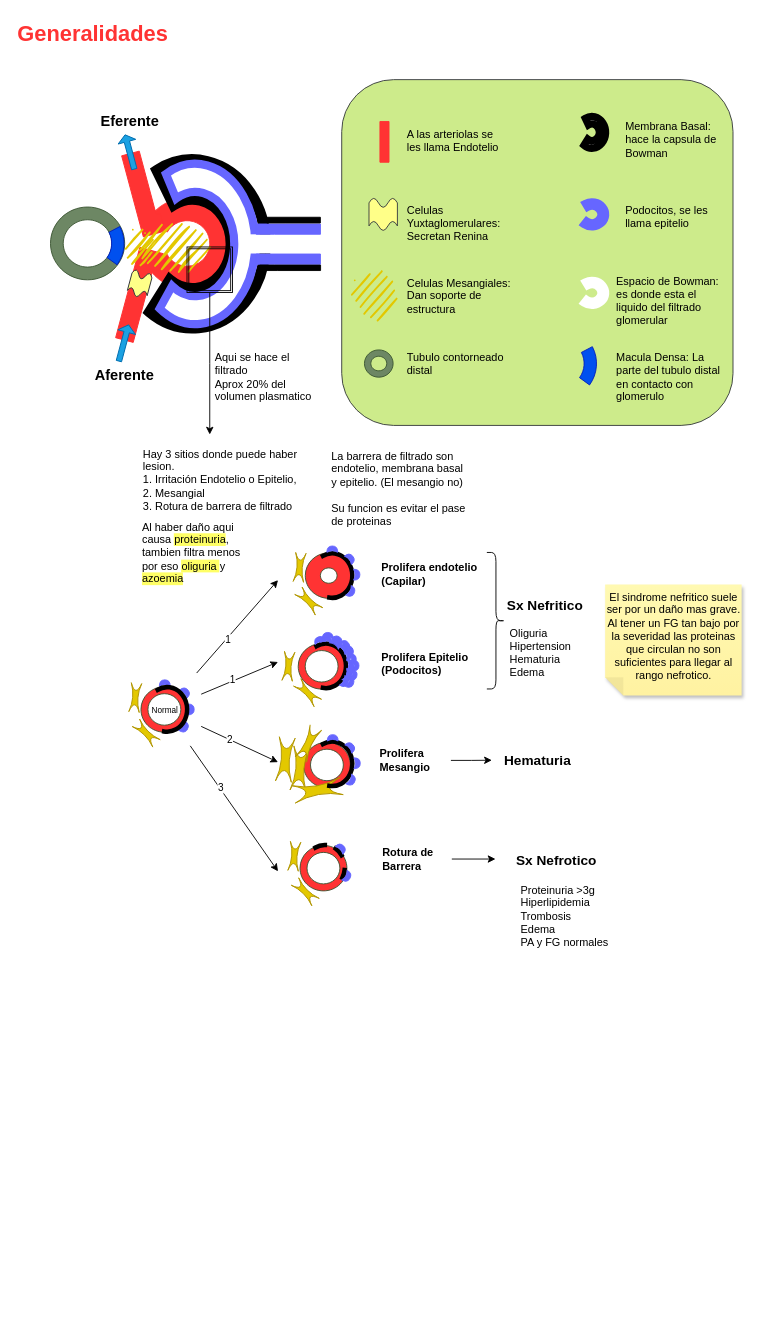
Before: Nefro.drawio in Santicabal/Apuntes, a draw.io diagram. Source tidied: cells renumbered, new cells numbered last; positions are measured from the earlier drawing's top-left corner, leaving out a move shared by most shapes. Both pictures are drawn from the tidied source at 91%, with x=0, y=0 at pixel (15, 15).
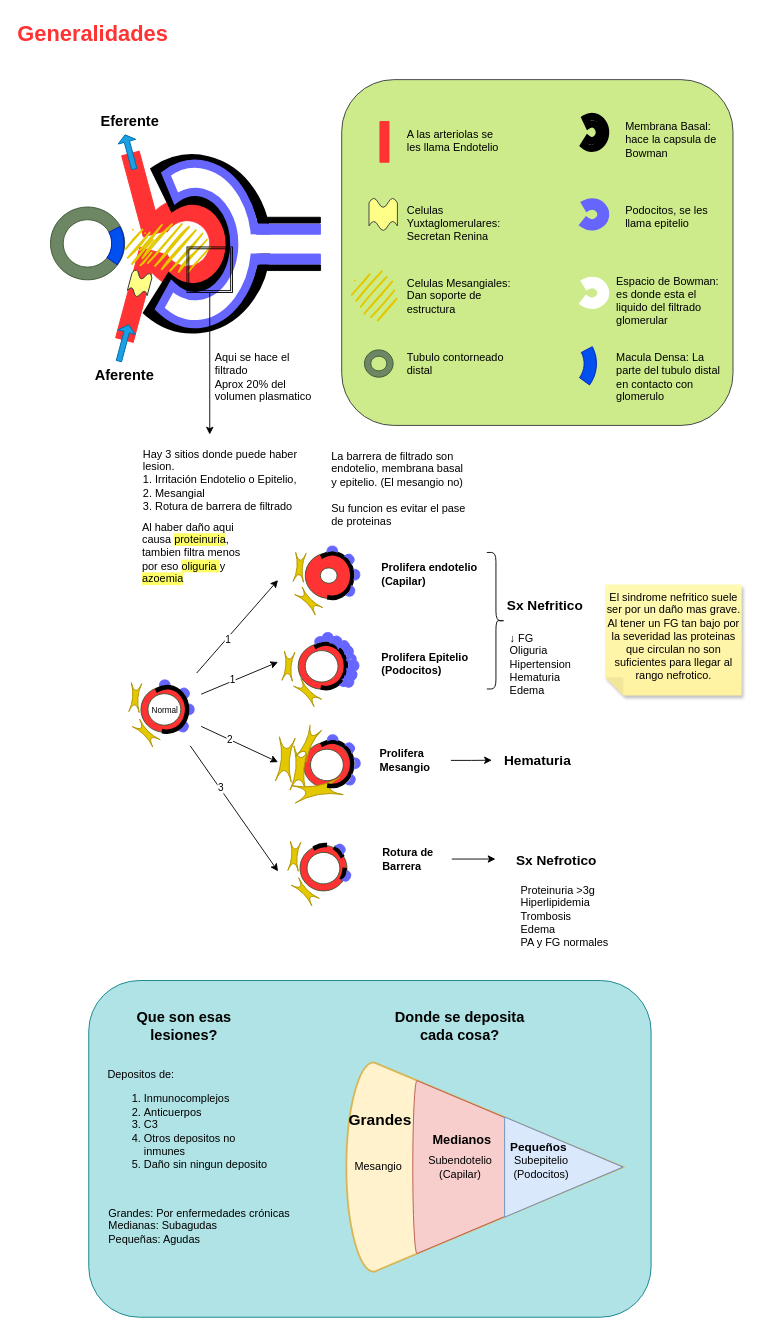
Above is the later version.

Change to the diagram source:
```diff
@@
+    <mxCell id="123" style="rounded=1;whiteSpace=wrap;html=1;fillColor=#b0e3e6;strokeColor=#0e8088;" parent="1" vertex="1">
+      <mxGeometry x="80" y="1060" width="618" height="370" as="geometry" />
+    </mxCell>
@@
-    <mxCell id="42" value="Oliguria&lt;br&gt;Hipertension&lt;br&gt;Hematuria&lt;br&gt;Edema" style="rounded=1;whiteSpace=wrap;html=1;align=left;strokeColor=none;" parent="1" vertex="1">
+    <mxCell id="42" value="&lt;div&gt;↓ FG&lt;br&gt;&lt;/div&gt;&lt;div&gt;Oliguria&lt;/div&gt;Hipertension&lt;br&gt;Hematuria&lt;br&gt;Edema" style="rounded=1;whiteSpace=wrap;html=1;align=left;strokeColor=none;verticalAlign=top;" parent="1" vertex="1">
       <mxGeometry x="540.5" y="669.7" width="90" height="60" as="geometry" />
     </mxCell>
@@
+    <mxCell id="124" value="Que son esas lesiones?" style="rounded=1;whiteSpace=wrap;html=1;strokeColor=none;fillColor=none;fontSize=16;fontStyle=1;" parent="1" vertex="1">
+      <mxGeometry x="124.5" y="1080" width="120" height="60" as="geometry" />
+    </mxCell>
+    <mxCell id="125" value="&lt;div&gt;Depositos de:&lt;br&gt;&lt;/div&gt;&lt;ol&gt;&lt;li&gt;Inmunocomplejos&lt;/li&gt;&lt;li&gt;Anticuerpos&lt;/li&gt;&lt;li&gt;C3&lt;/li&gt;&lt;li&gt;Otros depositos no inmunes&lt;/li&gt;&lt;li&gt;Daño sin ningun deposito&lt;br&gt;&lt;/li&gt;&lt;/ol&gt;" style="rounded=1;whiteSpace=wrap;html=1;verticalAlign=top;align=left;strokeColor=none;fillColor=none;" parent="1" vertex="1">
+      <mxGeometry x="99" y="1150" width="188.1" height="130" as="geometry" />
+    </mxCell>
+    <mxCell id="126" value="Donde se deposita cada cosa?" style="rounded=1;whiteSpace=wrap;html=1;fillColor=none;strokeColor=none;fontSize=16;fontStyle=1;" parent="1" vertex="1">
+      <mxGeometry x="409.1" y="1080" width="158" height="60" as="geometry" />
+    </mxCell>
+    <mxCell id="127" style="verticalLabelPosition=bottom;verticalAlign=top;html=1;shape=mxgraph.basic.cone2;dx=0.5;dy=0.9;direction=south;fillColor=#fff2cc;strokeColor=#d6b656;strokeWidth=2;" parent="1" vertex="1">
+      <mxGeometry x="363.1" y="1150" width="304" height="230" as="geometry" />
+    </mxCell>
+    <mxCell id="128" style="verticalLabelPosition=bottom;verticalAlign=top;html=1;shape=mxgraph.basic.cone2;dx=0.5;dy=0.98;direction=south;fillColor=#f8cecc;strokeColor=#b85450;" parent="1" vertex="1">
+      <mxGeometry x="436.1" y="1170" width="230" height="190" as="geometry" />
+    </mxCell>
+    <mxCell id="129" style="verticalLabelPosition=bottom;verticalAlign=top;html=1;shape=mxgraph.basic.cone2;dx=0.5;dy=1;direction=south;fillColor=#dae8fc;strokeColor=#6c8ebf;" parent="1" vertex="1">
+      <mxGeometry x="537" y="1210" width="130" height="110" as="geometry" />
+    </mxCell>
+    <mxCell id="130" value="Mesangio" style="text;html=1;align=center;verticalAlign=middle;strokeColor=none;fillColor=none;" parent="1" vertex="1">
+      <mxGeometry x="358.3" y="1250" width="80" height="30" as="geometry" />
+    </mxCell>
+    <mxCell id="131" value="&lt;div&gt;Subendotelio&lt;/div&gt;&lt;div&gt;(Capilar)&lt;/div&gt;" style="text;html=1;align=center;verticalAlign=middle;strokeColor=none;fillColor=none;" parent="1" vertex="1">
+      <mxGeometry x="442.6" y="1245" width="90" height="40" as="geometry" />
+    </mxCell>
+    <mxCell id="132" value="&lt;div&gt;Subepitelio&lt;/div&gt;&lt;div&gt;(Podocitos)&lt;br&gt;&lt;/div&gt;" style="text;html=1;align=center;verticalAlign=middle;strokeColor=none;fillColor=none;" parent="1" vertex="1">
+      <mxGeometry x="537" y="1245" width="80" height="40" as="geometry" />
+    </mxCell>
+    <mxCell id="133" value="Grandes" style="text;html=1;align=center;verticalAlign=middle;strokeColor=none;fillColor=none;fontStyle=1;fontSize=17;" parent="1" vertex="1">
+      <mxGeometry x="355.1" y="1199" width="90" height="30" as="geometry" />
+    </mxCell>
+    <mxCell id="134" value="Medianos" style="text;html=1;align=center;verticalAlign=middle;strokeColor=none;fillColor=none;fontStyle=1;fontSize=14;" parent="1" vertex="1">
+      <mxGeometry x="445.1" y="1220" width="90" height="30" as="geometry" />
+    </mxCell>
+    <mxCell id="135" value="Pequeños" style="text;html=1;align=center;verticalAlign=middle;strokeColor=none;fillColor=none;fontStyle=1;fontSize=13;" parent="1" vertex="1">
+      <mxGeometry x="529" y="1228" width="90" height="30" as="geometry" />
+    </mxCell>
+    <mxCell id="136" value="&lt;div&gt;Grandes: Por enfermedades crónicas&lt;/div&gt;&lt;div&gt;Medianas: Subagudas&lt;/div&gt;&lt;div&gt;Pequeñas: Agudas&lt;br&gt;&lt;/div&gt;" style="rounded=1;whiteSpace=wrap;html=1;align=left;fillColor=none;strokeColor=none;" parent="1" vertex="1">
+      <mxGeometry x="99.9" y="1300" width="208.7" height="60" as="geometry" />
+    </mxCell>
```
